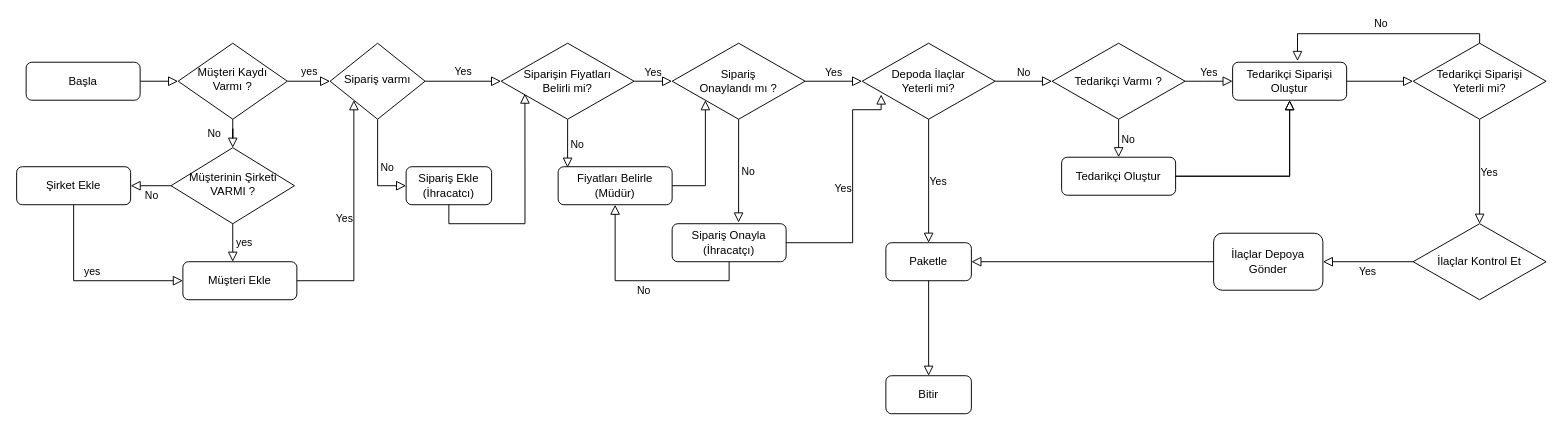
This is akisdiyagrami.drawio from viacelal/akisdiagrami, a draw.io file, before an edit. Source tidied: cells renumbered, new cells numbered last; positions are measured from the earlier drawing's top-left corner, leaving out a move shared by most shapes. Both pictures are drawn from the tidied source at 95%, with x=0, y=0 at pixel (16, 33).
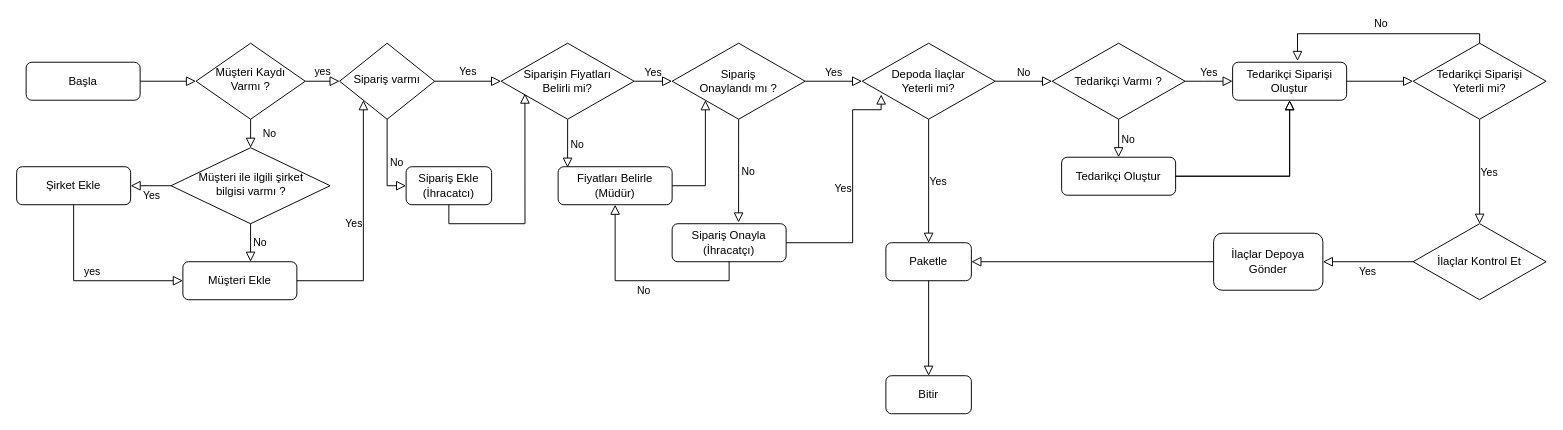
Above is the later version.

Unchanged cells that the change refers to:
```xml
<mxCell id="6" value="Müşteri Ekle" style="rounded=1;whiteSpace=wrap;html=1;fontSize=12;glass=0;strokeWidth=1;shadow=0;" parent="1" vertex="1">
  <mxGeometry x="175" y="240" width="120" height="40" as="geometry" />
</mxCell>
<mxCell id="14" value="Şirket Ekle" style="rounded=1;whiteSpace=wrap;html=1;fontSize=12;glass=0;strokeWidth=1;shadow=0;" parent="1" vertex="1">
  <mxGeometry y="140" width="120" height="40" as="geometry" />
</mxCell>
```

What changed in the source:
```diff
@@
-    <mxCell id="5" value="Müşterinin Şirketi VARMI ?" style="rhombus;whiteSpace=wrap;html=1;shadow=0;fontFamily=Helvetica;fontSize=12;align=center;strokeWidth=1;spacing=6;spacingTop=-4;" parent="1" vertex="1">
-      <mxGeometry x="162.5" y="120" width="130" height="80" as="geometry" />
+    <mxCell id="5" value="Müşteri ile ilgili şirket &lt;br&gt;bilgisi varmı ?" style="rhombus;whiteSpace=wrap;html=1;shadow=0;fontFamily=Helvetica;fontSize=12;align=center;strokeWidth=1;spacing=6;spacingTop=-4;" parent="1" vertex="1">
+      <mxGeometry x="162.5" y="120" width="167.5" height="80" as="geometry" />
     </mxCell>
@@
     <mxCell id="7" value="Sipariş varmı" style="rhombus;whiteSpace=wrap;html=1;shadow=0;fontFamily=Helvetica;fontSize=12;align=center;strokeWidth=1;spacing=6;spacingTop=-4;" parent="1" vertex="1">
-      <mxGeometry x="330" y="10" width="100" height="80" as="geometry" />
+      <mxGeometry x="340" y="10" width="100" height="80" as="geometry" />
     </mxCell>
     <mxCell id="8" value="Müşteri Kaydı&lt;br&gt; Varmı ?" style="rhombus;whiteSpace=wrap;html=1;shadow=0;fontFamily=Helvetica;fontSize=12;align=center;strokeWidth=1;spacing=6;spacingTop=-4;" parent="1" vertex="1">
-      <mxGeometry x="170" y="10" width="115" height="80" as="geometry" />
+      <mxGeometry x="188.8" y="10" width="115" height="80" as="geometry" />
     </mxCell>
@@
-    <mxCell id="13" value="No" style="edgeStyle=orthogonalEdgeStyle;rounded=0;html=1;jettySize=auto;fontSize=11;endArrow=block;endFill=0;endSize=8;strokeWidth=1;shadow=0;labelBackgroundColor=none;exitX=0;exitY=0.5;exitDx=0;exitDy=0;entryX=1;entryY=0.5;entryDx=0;entryDy=0;" parent="1" edge="1" source="5" target="14">
+    <mxCell id="13" value="Yes" style="edgeStyle=orthogonalEdgeStyle;rounded=0;html=1;jettySize=auto;fontSize=11;endArrow=block;endFill=0;endSize=8;strokeWidth=1;shadow=0;labelBackgroundColor=none;exitX=0;exitY=0.5;exitDx=0;exitDy=0;entryX=1;entryY=0.5;entryDx=0;entryDy=0;" parent="1" edge="1" source="5" target="14">
       <mxGeometry y="10" relative="1" as="geometry" />
     </mxCell>
@@
-    <mxCell id="15" value="&amp;nbsp;yes" style="edgeStyle=orthogonalEdgeStyle;rounded=0;html=1;jettySize=auto;fontSize=11;endArrow=block;endFill=0;endSize=8;strokeWidth=1;shadow=0;labelBackgroundColor=none;exitX=0.5;exitY=1;exitDx=0;exitDy=0;" parent="1" edge="1" source="5" target="6">
+    <mxCell id="15" value="No" style="edgeStyle=orthogonalEdgeStyle;rounded=0;html=1;jettySize=auto;fontSize=11;endArrow=block;endFill=0;endSize=8;strokeWidth=1;shadow=0;labelBackgroundColor=none;exitX=0.5;exitY=1;exitDx=0;exitDy=0;" parent="1" edge="1" source="5" target="6">
       <mxGeometry y="10" relative="1" as="geometry">
         <Array as="points">
           <mxPoint x="235" y="240" />
           <mxPoint x="235" y="240" />
         </Array>
       </mxGeometry>
     </mxCell>
```
